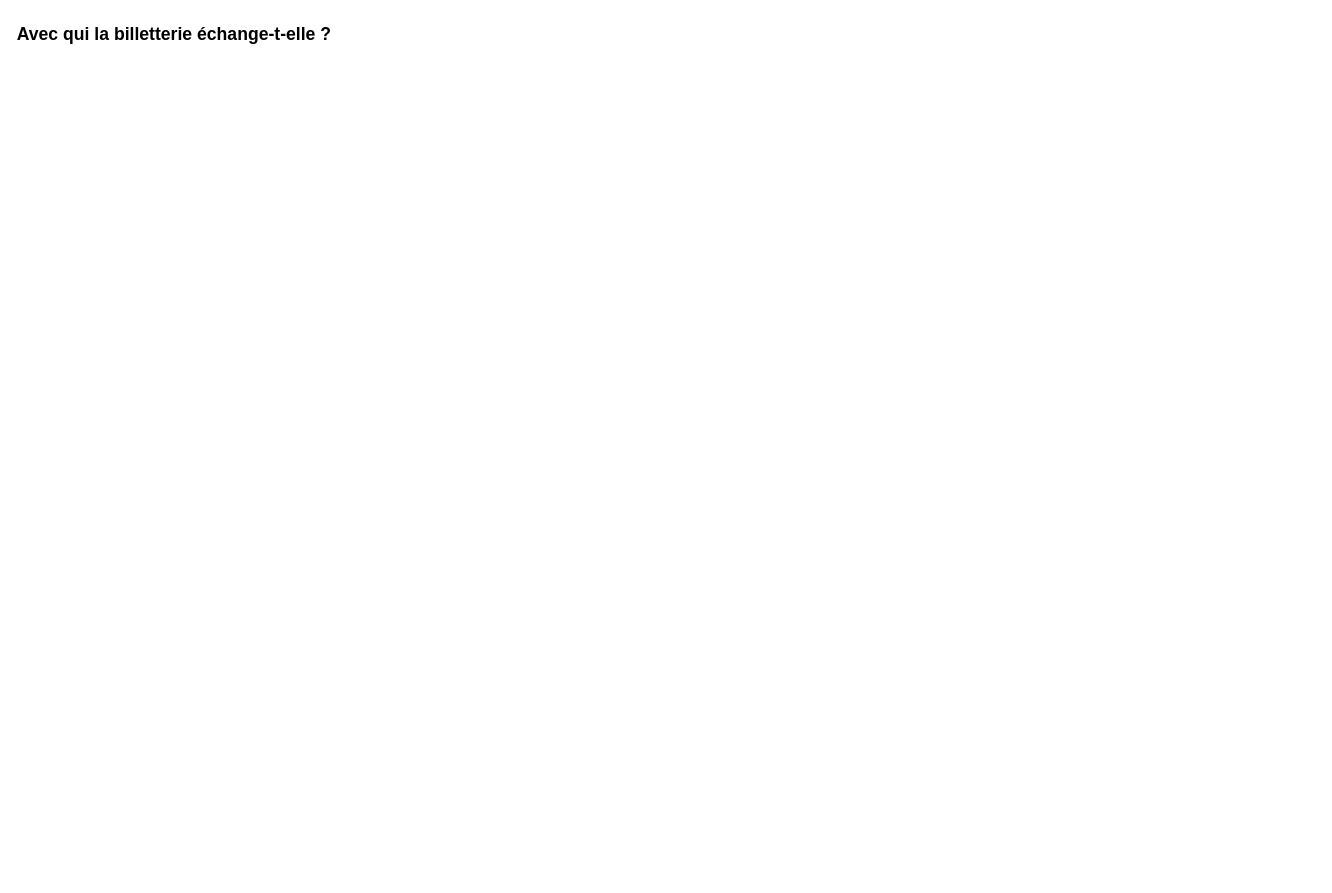
Above: ecrans-villeneuve/docs/diagrammes/1-contexte.drawio in Torpedux/ecrans-villeneuve-equipe10 (draw.io), before the change. Source tidied: cells renumbered, new cells numbered last; positions are measured from the earlier drawing's top-left corner, leaving out a move shared by most shapes. Both pictures are drawn from the tidied source at 88%, with x=0, y=0 at pixel (15, 15).
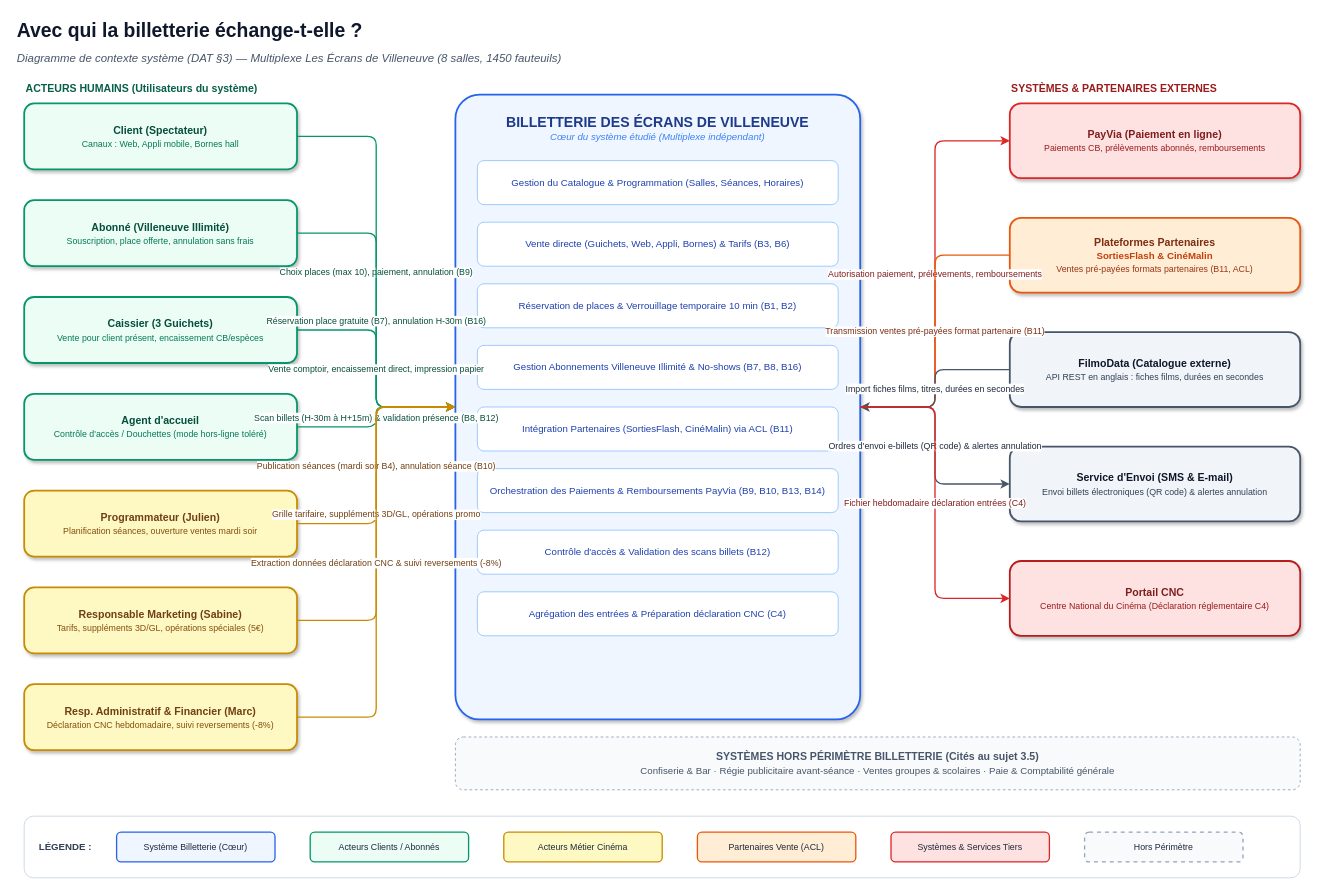
Above is the later version.

Commit message (it also covers changes not shown here):
feat(diagrams): Add system context diagram for ticketing system

Change to the diagram source:
```diff
@@
-    <mxCell id="2" value="Avec qui la billetterie échange-t-elle ?" style="text;html=1;fontSize=20;fontStyle=1;align=left;verticalAlign=middle;whiteSpace=wrap;" parent="1" vertex="1">
-      <mxGeometry width="1000" height="40" as="geometry" />
+    <mxCell id="2" value="Avec qui la billetterie échange-t-elle ?" style="text;html=1;fontSize=22;fontStyle=1;align=left;verticalAlign=middle;whiteSpace=wrap;fontColor=#0f172a;" parent="1" vertex="1">
+      <mxGeometry width="1000" height="35" as="geometry" />
     </mxCell>
+    <mxCell id="3" value="Diagramme de contexte système (DAT §3) — Multiplexe Les Écrans de Villeneuve (8 salles, 1450 fauteuils)" style="text;html=1;fontSize=13;fontStyle=2;align=left;verticalAlign=middle;whiteSpace=wrap;fontColor=#475569;" parent="1" vertex="1">
+      <mxGeometry y="35" width="1000" height="25" as="geometry" />
+    </mxCell>
+    <mxCell id="4" style="rounded=1;whiteSpace=wrap;html=1;fillColor=#eff6ff;strokeColor=#2563eb;strokeWidth=2;arcSize=6;shadow=1;" parent="1" vertex="1">
+      <mxGeometry x="500" y="90" width="460" height="710" as="geometry" />
+    </mxCell>
+    <mxCell id="5" value="&lt;b style=&quot;font-size:16px;color:#1e3a8a;&quot;&gt;BILLETTERIE DES ÉCRANS DE VILLENEUVE&lt;/b&gt;&lt;br&gt;&lt;i style=&quot;font-size:11px;color:#3b82f6;&quot;&gt;Cœur du système étudié (Multiplexe indépendant)&lt;/i&gt;" style="text;html=1;align=center;verticalAlign=middle;whiteSpace=wrap;" parent="1" vertex="1">
+      <mxGeometry x="510" y="105" width="440" height="45" as="geometry" />
+    </mxCell>
+    <mxCell id="6" value="Gestion du Catalogue &amp; Programmation (Salles, Séances, Horaires)" style="rounded=1;whiteSpace=wrap;html=1;fillColor=#ffffff;strokeColor=#93c5fd;strokeWidth=1;fontSize=11;fontColor=#1e40af;align=center;verticalAlign=middle;fontStyle=0;shadow=0;" parent="1" vertex="1">
+      <mxGeometry x="525" y="165" width="410" height="50" as="geometry" />
+    </mxCell>
+    <mxCell id="7" value="Vente directe (Guichets, Web, Appli, Bornes) &amp; Tarifs (B3, B6)" style="rounded=1;whiteSpace=wrap;html=1;fillColor=#ffffff;strokeColor=#93c5fd;strokeWidth=1;fontSize=11;fontColor=#1e40af;align=center;verticalAlign=middle;fontStyle=0;shadow=0;" parent="1" vertex="1">
+      <mxGeometry x="525" y="235" width="410" height="50" as="geometry" />
+    </mxCell>
+    <mxCell id="8" value="Réservation de places &amp; Verrouillage temporaire 10 min (B1, B2)" style="rounded=1;whiteSpace=wrap;html=1;fillColor=#ffffff;strokeColor=#93c5fd;strokeWidth=1;fontSize=11;fontColor=#1e40af;align=center;verticalAlign=middle;fontStyle=0;shadow=0;" parent="1" vertex="1">
+      <mxGeometry x="525" y="305" width="410" height="50" as="geometry" />
+    </mxCell>
+    <mxCell id="9" value="Gestion Abonnements Villeneuve Illimité &amp; No-shows (B7, B8, B16)" style="rounded=1;whiteSpace=wrap;html=1;fillColor=#ffffff;strokeColor=#93c5fd;strokeWidth=1;fontSize=11;fontColor=#1e40af;align=center;verticalAlign=middle;fontStyle=0;shadow=0;" parent="1" vertex="1">
+      <mxGeometry x="525" y="375" width="410" height="50" as="geometry" />
+    </mxCell>
+    <mxCell id="10" value="Intégration Partenaires (SortiesFlash, CinéMalin) via ACL (B11)" style="rounded=1;whiteSpace=wrap;html=1;fillColor=#ffffff;strokeColor=#93c5fd;strokeWidth=1;fontSize=11;fontColor=#1e40af;align=center;verticalAlign=middle;fontStyle=0;shadow=0;" parent="1" vertex="1">
+      <mxGeometry x="525" y="445" width="410" height="50" as="geometry" />
+    </mxCell>
+    <mxCell id="11" value="Orchestration des Paiements &amp; Remboursements PayVia (B9, B10, B13, B14)" style="rounded=1;whiteSpace=wrap;html=1;fillColor=#ffffff;strokeColor=#93c5fd;strokeWidth=1;fontSize=11;fontColor=#1e40af;align=center;verticalAlign=middle;fontStyle=0;shadow=0;" parent="1" vertex="1">
+      <mxGeometry x="525" y="515" width="410" height="50" as="geometry" />
+    </mxCell>
+    <mxCell id="12" value="Contrôle d'accès &amp; Validation des scans billets (B12)" style="rounded=1;whiteSpace=wrap;html=1;fillColor=#ffffff;strokeColor=#93c5fd;strokeWidth=1;fontSize=11;fontColor=#1e40af;align=center;verticalAlign=middle;fontStyle=0;shadow=0;" parent="1" vertex="1">
+      <mxGeometry x="525" y="585" width="410" height="50" as="geometry" />
+    </mxCell>
+    <mxCell id="13" value="Agrégation des entrées &amp; Préparation déclaration CNC (C4)" style="rounded=1;whiteSpace=wrap;html=1;fillColor=#ffffff;strokeColor=#93c5fd;strokeWidth=1;fontSize=11;fontColor=#1e40af;align=center;verticalAlign=middle;fontStyle=0;shadow=0;" parent="1" vertex="1">
+      <mxGeometry x="525" y="655" width="410" height="50" as="geometry" />
+    </mxCell>
+    <mxCell id="14" value="&lt;b&gt;ACTEURS HUMAINS (Utilisateurs du système)&lt;/b&gt;" style="text;html=1;fontSize=12;fontColor=#065f46;align=left;verticalAlign=middle;" parent="1" vertex="1">
+      <mxGeometry x="10" y="70" width="350" height="25" as="geometry" />
+    </mxCell>
+    <mxCell id="15" value="&lt;b&gt;SYSTÈMES &amp; PARTENAIRES EXTERNES&lt;/b&gt;" style="text;html=1;fontSize=12;fontColor=#991b1b;align=left;verticalAlign=middle;" parent="1" vertex="1">
+      <mxGeometry x="1130" y="70" width="350" height="25" as="geometry" />
+    </mxCell>
+    <mxCell id="16" value="&lt;b&gt;Client (Spectateur)&lt;/b&gt;&lt;br&gt;&lt;font style=&quot;font-size:10px;color:#047857;&quot;&gt;Canaux : Web, Appli mobile, Bornes hall&lt;/font&gt;" style="rounded=1;whiteSpace=wrap;html=1;fillColor=#ecfdf5;strokeColor=#059669;strokeWidth=2;fontSize=12;fontColor=#064e3b;align=center;verticalAlign=middle;shadow=1;" parent="1" vertex="1">
+      <mxGeometry x="10" y="100" width="310" height="75" as="geometry" />
+    </mxCell>
+    <mxCell id="17" value="&lt;b&gt;Abonné (Villeneuve Illimité)&lt;/b&gt;&lt;br&gt;&lt;font style=&quot;font-size:10px;color:#047857;&quot;&gt;Souscription, place offerte, annulation sans frais&lt;/font&gt;" style="rounded=1;whiteSpace=wrap;html=1;fillColor=#ecfdf5;strokeColor=#059669;strokeWidth=2;fontSize=12;fontColor=#064e3b;align=center;verticalAlign=middle;shadow=1;" parent="1" vertex="1">
+      <mxGeometry x="10" y="210" width="310" height="75" as="geometry" />
+    </mxCell>
+    <mxCell id="18" value="&lt;b&gt;Caissier (3 Guichets)&lt;/b&gt;&lt;br&gt;&lt;font style=&quot;font-size:10px;color:#047857;&quot;&gt;Vente pour client présent, encaissement CB/espèces&lt;/font&gt;" style="rounded=1;whiteSpace=wrap;html=1;fillColor=#ecfdf5;strokeColor=#059669;strokeWidth=2;fontSize=12;fontColor=#064e3b;align=center;verticalAlign=middle;shadow=1;" parent="1" vertex="1">
+      <mxGeometry x="10" y="320" width="310" height="75" as="geometry" />
+    </mxCell>
+    <mxCell id="19" value="&lt;b&gt;Agent d'accueil&lt;/b&gt;&lt;br&gt;&lt;font style=&quot;font-size:10px;color:#047857;&quot;&gt;Contrôle d'accès / Douchettes (mode hors-ligne toléré)&lt;/font&gt;" style="rounded=1;whiteSpace=wrap;html=1;fillColor=#ecfdf5;strokeColor=#059669;strokeWidth=2;fontSize=12;fontColor=#064e3b;align=center;verticalAlign=middle;shadow=1;" parent="1" vertex="1">
+      <mxGeometry x="10" y="430" width="310" height="75" as="geometry" />
+    </mxCell>
+    <mxCell id="20" value="&lt;b&gt;Programmateur (Julien)&lt;/b&gt;&lt;br&gt;&lt;font style=&quot;font-size:10px;color:#854d0e;&quot;&gt;Planification séances, ouverture ventes mardi soir&lt;/font&gt;" style="rounded=1;whiteSpace=wrap;html=1;fillColor=#fef9c3;strokeColor=#ca8a04;strokeWidth=2;fontSize=12;fontColor=#713f12;align=center;verticalAlign=middle;shadow=1;" parent="1" vertex="1">
+      <mxGeometry x="10" y="540" width="310" height="75" as="geometry" />
+    </mxCell>
+    <mxCell id="21" value="&lt;b&gt;Responsable Marketing (Sabine)&lt;/b&gt;&lt;br&gt;&lt;font style=&quot;font-size:10px;color:#854d0e;&quot;&gt;Tarifs, suppléments 3D/GL, opérations spéciales (5€)&lt;/font&gt;" style="rounded=1;whiteSpace=wrap;html=1;fillColor=#fef9c3;strokeColor=#ca8a04;strokeWidth=2;fontSize=12;fontColor=#713f12;align=center;verticalAlign=middle;shadow=1;" parent="1" vertex="1">
+      <mxGeometry x="10" y="650" width="310" height="75" as="geometry" />
+    </mxCell>
+    <mxCell id="22" value="&lt;b&gt;Resp. Administratif &amp; Financier (Marc)&lt;/b&gt;&lt;br&gt;&lt;font style=&quot;font-size:10px;color:#854d0e;&quot;&gt;Déclaration CNC hebdomadaire, suivi reversements (-8%)&lt;/font&gt;" style="rounded=1;whiteSpace=wrap;html=1;fillColor=#fef9c3;strokeColor=#ca8a04;strokeWidth=2;fontSize=12;fontColor=#713f12;align=center;verticalAlign=middle;shadow=1;" parent="1" vertex="1">
+      <mxGeometry x="10" y="760" width="310" height="75" as="geometry" />
+    </mxCell>
+    <mxCell id="23" value="&lt;b&gt;PayVia (Paiement en ligne)&lt;/b&gt;&lt;br&gt;&lt;font style=&quot;font-size:10px;color:#991b1b;&quot;&gt;Paiements CB, prélèvements abonnés, remboursements&lt;/font&gt;" style="rounded=1;whiteSpace=wrap;html=1;fillColor=#fee2e2;strokeColor=#dc2626;strokeWidth=2;fontSize=12;fontColor=#7f1d1d;align=center;verticalAlign=middle;shadow=1;" parent="1" vertex="1">
+      <mxGeometry x="1130" y="100" width="330" height="85" as="geometry" />
+    </mxCell>
+    <mxCell id="24" value="&lt;b&gt;Plateformes Partenaires&lt;/b&gt;&lt;br&gt;&lt;font style=&quot;font-size:11px;font-weight:bold;color:#c2410c;&quot;&gt;SortiesFlash &amp;amp; CinéMalin&lt;/font&gt;&lt;br&gt;&lt;font style=&quot;font-size:10px;color:#9a3412;&quot;&gt;Ventes pré-payées formats partenaires (B11, ACL)&lt;/font&gt;" style="rounded=1;whiteSpace=wrap;html=1;fillColor=#ffedd5;strokeColor=#ea580c;strokeWidth=2;fontSize=12;fontColor=#7c2d12;align=center;verticalAlign=middle;shadow=1;" parent="1" vertex="1">
+      <mxGeometry x="1130" y="230" width="330" height="85" as="geometry" />
+    </mxCell>
+    <mxCell id="25" value="&lt;b&gt;FilmoData (Catalogue externe)&lt;/b&gt;&lt;br&gt;&lt;font style=&quot;font-size:10px;color:#334155;&quot;&gt;API REST en anglais : fiches films, durées en secondes&lt;/font&gt;" style="rounded=1;whiteSpace=wrap;html=1;fillColor=#f1f5f9;strokeColor=#475569;strokeWidth=2;fontSize=12;fontColor=#0f172a;align=center;verticalAlign=middle;shadow=1;" parent="1" vertex="1">
+      <mxGeometry x="1130" y="360" width="330" height="85" as="geometry" />
+    </mxCell>
+    <mxCell id="26" value="&lt;b&gt;Service d'Envoi (SMS &amp;amp; E-mail)&lt;/b&gt;&lt;br&gt;&lt;font style=&quot;font-size:10px;color:#334155;&quot;&gt;Envoi billets électroniques (QR code) &amp;amp; alertes annulation&lt;/font&gt;" style="rounded=1;whiteSpace=wrap;html=1;fillColor=#f1f5f9;strokeColor=#475569;strokeWidth=2;fontSize=12;fontColor=#0f172a;align=center;verticalAlign=middle;shadow=1;" parent="1" vertex="1">
+      <mxGeometry x="1130" y="490" width="330" height="85" as="geometry" />
+    </mxCell>
+    <mxCell id="27" value="&lt;b&gt;Portail CNC&lt;/b&gt;&lt;br&gt;&lt;font style=&quot;font-size:10px;color:#991b1b;&quot;&gt;Centre National du Cinéma (Déclaration réglementaire C4)&lt;/font&gt;" style="rounded=1;whiteSpace=wrap;html=1;fillColor=#fee2e2;strokeColor=#b91c1c;strokeWidth=2;fontSize=12;fontColor=#7f1d1d;align=center;verticalAlign=middle;shadow=1;" parent="1" vertex="1">
+      <mxGeometry x="1130" y="620" width="330" height="85" as="geometry" />
+    </mxCell>
+    <mxCell id="28" value="&lt;b&gt;SYSTÈMES HORS PÉRIMÈTRE BILLETTERIE (Cités au sujet 3.5)&lt;/b&gt;&lt;br&gt;&lt;font style=&quot;font-size:11px;&quot;&gt;Confiserie &amp;amp; Bar · Régie publicitaire avant-séance · Ventes groupes &amp;amp; scolaires · Paie &amp;amp; Comptabilité générale&lt;/font&gt;" style="rounded=1;whiteSpace=wrap;html=1;fillColor=#f8fafc;strokeColor=#94a3b8;strokeWidth=1;strokeFactor=1;dashed=1;align=center;verticalAlign=middle;fontSize=12;fontColor=#475569;" parent="1" vertex="1">
+      <mxGeometry x="500" y="820" width="960" height="60" as="geometry" />
+    </mxCell>
+    <mxCell id="29" value="Choix places (max 10), paiement, annulation (B9)" style="edgeStyle=orthogonalEdgeStyle;rounded=1;jettySize=auto;html=1;strokeColor=#059669;strokeWidth=1.5;fontSize=10;fontColor=#064e3b;labelBackgroundColor=#ffffff;" parent="1" edge="1" source="16" target="4">
+      <mxGeometry relative="1" as="geometry" />
+    </mxCell>
+    <mxCell id="30" value="Réservation place gratuite (B7), annulation H-30m (B16)" style="edgeStyle=orthogonalEdgeStyle;rounded=1;jettySize=auto;html=1;strokeColor=#059669;strokeWidth=1.5;fontSize=10;fontColor=#064e3b;labelBackgroundColor=#ffffff;" parent="1" edge="1" source="17" target="4">
+      <mxGeometry relative="1" as="geometry" />
+    </mxCell>
+    <mxCell id="31" value="Vente comptoir, encaissement direct, impression papier" style="edgeStyle=orthogonalEdgeStyle;rounded=1;jettySize=auto;html=1;strokeColor=#059669;strokeWidth=1.5;fontSize=10;fontColor=#064e3b;labelBackgroundColor=#ffffff;" parent="1" edge="1" source="18" target="4">
+      <mxGeometry relative="1" as="geometry" />
+    </mxCell>
+    <mxCell id="32" value="Scan billets (H-30m à H+15m) &amp; validation présence (B8, B12)" style="edgeStyle=orthogonalEdgeStyle;rounded=1;jettySize=auto;html=1;strokeColor=#059669;strokeWidth=1.5;fontSize=10;fontColor=#064e3b;labelBackgroundColor=#ffffff;" parent="1" edge="1" source="19" target="4">
+      <mxGeometry relative="1" as="geometry" />
+    </mxCell>
+    <mxCell id="33" value="Publication séances (mardi soir B4), annulation séance (B10)" style="edgeStyle=orthogonalEdgeStyle;rounded=1;jettySize=auto;html=1;strokeColor=#ca8a04;strokeWidth=1.5;fontSize=10;fontColor=#713f12;labelBackgroundColor=#ffffff;" parent="1" edge="1" source="20" target="4">
+      <mxGeometry relative="1" as="geometry" />
+    </mxCell>
+    <mxCell id="34" value="Grille tarifaire, suppléments 3D/GL, opérations promo" style="edgeStyle=orthogonalEdgeStyle;rounded=1;jettySize=auto;html=1;strokeColor=#ca8a04;strokeWidth=1.5;fontSize=10;fontColor=#713f12;labelBackgroundColor=#ffffff;" parent="1" edge="1" source="21" target="4">
+      <mxGeometry relative="1" as="geometry" />
+    </mxCell>
+    <mxCell id="35" value="Extraction données déclaration CNC &amp; suivi reversements (-8%)" style="edgeStyle=orthogonalEdgeStyle;rounded=1;jettySize=auto;html=1;strokeColor=#ca8a04;strokeWidth=1.5;fontSize=10;fontColor=#713f12;labelBackgroundColor=#ffffff;" parent="1" edge="1" source="22" target="4">
+      <mxGeometry relative="1" as="geometry" />
+    </mxCell>
+    <mxCell id="36" value="Autorisation paiement, prélèvements, remboursements" style="edgeStyle=orthogonalEdgeStyle;rounded=1;jettySize=auto;html=1;strokeColor=#dc2626;strokeWidth=1.5;fontSize=10;fontColor=#7f1d1d;labelBackgroundColor=#ffffff;" parent="1" edge="1" source="4" target="23">
+      <mxGeometry relative="1" as="geometry" />
+    </mxCell>
+    <mxCell id="37" value="Transmission ventes pré-payées format partenaire (B11)" style="edgeStyle=orthogonalEdgeStyle;rounded=1;jettySize=auto;html=1;strokeColor=#ea580c;strokeWidth=1.5;fontSize=10;fontColor=#7c2d12;labelBackgroundColor=#ffffff;" parent="1" edge="1" source="24" target="4">
+      <mxGeometry relative="1" as="geometry" />
+    </mxCell>
+    <mxCell id="38" value="Import fiches films, titres, durées en secondes" style="edgeStyle=orthogonalEdgeStyle;rounded=1;jettySize=auto;html=1;strokeColor=#475569;strokeWidth=1.5;fontSize=10;fontColor=#1e293b;labelBackgroundColor=#ffffff;" parent="1" edge="1" source="25" target="4">
+      <mxGeometry relative="1" as="geometry" />
+    </mxCell>
+    <mxCell id="39" value="Ordres d'envoi e-billets (QR code) &amp; alertes annulation" style="edgeStyle=orthogonalEdgeStyle;rounded=1;jettySize=auto;html=1;strokeColor=#475569;strokeWidth=1.5;fontSize=10;fontColor=#1e293b;labelBackgroundColor=#ffffff;" parent="1" edge="1" source="4" target="26">
+      <mxGeometry relative="1" as="geometry" />
+    </mxCell>
+    <mxCell id="40" value="Fichier hebdomadaire déclaration entrées (C4)" style="edgeStyle=orthogonalEdgeStyle;rounded=1;jettySize=auto;html=1;strokeColor=#dc2626;strokeWidth=1.5;fontSize=10;fontColor=#7f1d1d;labelBackgroundColor=#ffffff;" parent="1" edge="1" source="4" target="27">
+      <mxGeometry relative="1" as="geometry" />
+    </mxCell>
+    <mxCell id="41" style="rounded=1;whiteSpace=wrap;html=1;fillColor=#ffffff;strokeColor=#cbd5e1;strokeWidth=1;shadow=0;" parent="1" vertex="1">
+      <mxGeometry x="10" y="910" width="1450" height="70" as="geometry" />
+    </mxCell>
+    <mxCell id="42" value="&lt;b&gt;LÉGENDE :&lt;/b&gt;" style="text;html=1;fontSize=11;fontColor=#334155;align=left;verticalAlign=middle;" parent="1" vertex="1">
+      <mxGeometry x="25" y="930" width="80" height="30" as="geometry" />
+    </mxCell>
+    <mxCell id="43" value="Système Billetterie (Cœur)" style="rounded=1;whiteSpace=wrap;html=1;fillColor=#eff6ff;strokeColor=#2563eb;strokeWidth=1.5;fontSize=10;fontColor=#1e293b;align=center;verticalAlign=middle;" parent="1" vertex="1">
+      <mxGeometry x="115" y="928" width="180" height="34" as="geometry" />
+    </mxCell>
+    <mxCell id="44" value="Acteurs Clients / Abonnés" style="rounded=1;whiteSpace=wrap;html=1;fillColor=#ecfdf5;strokeColor=#059669;strokeWidth=1.5;fontSize=10;fontColor=#1e293b;align=center;verticalAlign=middle;" parent="1" vertex="1">
+      <mxGeometry x="335" y="928" width="180" height="34" as="geometry" />
+    </mxCell>
+    <mxCell id="45" value="Acteurs Métier Cinéma" style="rounded=1;whiteSpace=wrap;html=1;fillColor=#fef9c3;strokeColor=#ca8a04;strokeWidth=1.5;fontSize=10;fontColor=#1e293b;align=center;verticalAlign=middle;" parent="1" vertex="1">
+      <mxGeometry x="555" y="928" width="180" height="34" as="geometry" />
+    </mxCell>
+    <mxCell id="46" value="Partenaires Vente (ACL)" style="rounded=1;whiteSpace=wrap;html=1;fillColor=#ffedd5;strokeColor=#ea580c;strokeWidth=1.5;fontSize=10;fontColor=#1e293b;align=center;verticalAlign=middle;" parent="1" vertex="1">
+      <mxGeometry x="775" y="928" width="180" height="34" as="geometry" />
+    </mxCell>
+    <mxCell id="47" value="Systèmes &amp; Services Tiers" style="rounded=1;whiteSpace=wrap;html=1;fillColor=#fee2e2;strokeColor=#dc2626;strokeWidth=1.5;fontSize=10;fontColor=#1e293b;align=center;verticalAlign=middle;" parent="1" vertex="1">
+      <mxGeometry x="995" y="928" width="180" height="34" as="geometry" />
+    </mxCell>
+    <mxCell id="48" value="Hors Périmètre" style="rounded=1;whiteSpace=wrap;html=1;fillColor=#f8fafc;strokeColor=#94a3b8;strokeWidth=1.5;dashed=1;fontSize=10;fontColor=#1e293b;align=center;verticalAlign=middle;" parent="1" vertex="1">
+      <mxGeometry x="1215" y="928" width="180" height="34" as="geometry" />
+    </mxCell>
```
